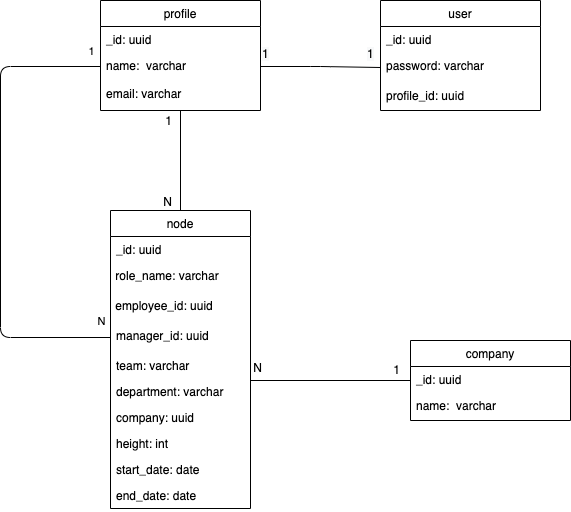
Above: org-chart-ER.png in 1552134/org_chart_diagram (draw.io), before the change. Source tidied: cells renumbered, new cells last; positions are measured from the earlier drawing's top-left corner, leaving out a move shared by most shapes.
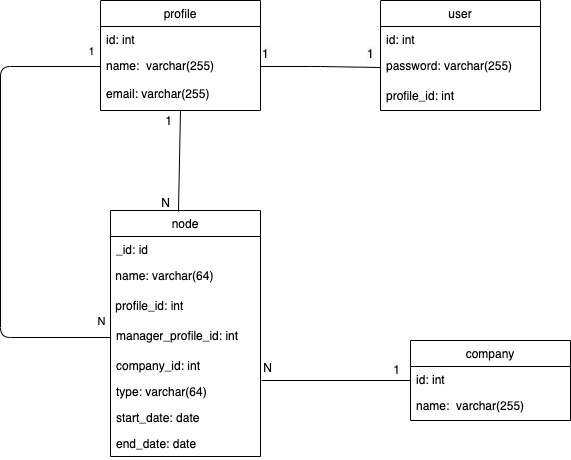
Above is the later version.

Commit message:
org-chart-v4

The edit, as a diff of the source:
```diff
@@ -2,7 +2,7 @@
   <root>
     <mxCell id="0" />
     <mxCell id="1" parent="0" />
-    <mxCell id="2" style="endArrow=none;html=1;rounded=0;entryX=0.5;entryY=0;entryDx=0;entryDy=0;" parent="1" edge="1" target="4">
+    <mxCell id="2" style="endArrow=none;html=1;rounded=0;entryX=0.453;entryY=0.004;entryDx=0;entryDy=0;entryPerimeter=0;" parent="1" edge="1" target="4">
       <mxGeometry relative="1" as="geometry">
         <mxPoint x="180" y="110" as="sourcePoint" />
       </mxGeometry>
@@ -13,37 +13,31 @@
       </mxGeometry>
     </mxCell>
     <mxCell id="4" value="node" style="swimlane;fontStyle=0;horizontal=1;startSize=26;fillColor=none;" parent="1" vertex="1">
-      <mxGeometry x="110" y="210" width="140" height="298" as="geometry" />
+      <mxGeometry x="110" y="210" width="150" height="246" as="geometry" />
     </mxCell>
-    <mxCell id="5" value="_id: uuid" style="text;strokeColor=none;fillColor=none;align=left;verticalAlign=top;spacingLeft=4;spacingRight=4;overflow=hidden;" parent="4" vertex="1">
-      <mxGeometry y="26" width="140" height="26" as="geometry" />
+    <mxCell id="5" value="_id: id" style="text;strokeColor=none;fillColor=none;align=left;verticalAlign=top;spacingLeft=4;spacingRight=4;overflow=hidden;" parent="4" vertex="1">
+      <mxGeometry y="26" width="150" height="26" as="geometry" />
     </mxCell>
-    <mxCell id="6" value="&lt;font face=&quot;helvetica&quot;&gt;&amp;nbsp;role_name: varchar&lt;/font&gt;" style="text;whiteSpace=wrap;html=1;" parent="4" vertex="1">
-      <mxGeometry y="52" width="140" height="30" as="geometry" />
+    <mxCell id="6" value="&lt;font face=&quot;helvetica&quot;&gt;&amp;nbsp;name: varchar(64)&lt;/font&gt;" style="text;whiteSpace=wrap;html=1;" parent="4" vertex="1">
+      <mxGeometry y="52" width="150" height="30" as="geometry" />
     </mxCell>
-    <mxCell id="7" value="&lt;font face=&quot;helvetica&quot;&gt;&amp;nbsp;employee_id: uuid&lt;/font&gt;" style="text;whiteSpace=wrap;html=1;" parent="4" vertex="1">
-      <mxGeometry y="82" width="140" height="30" as="geometry" />
+    <mxCell id="7" value="&lt;font face=&quot;helvetica&quot;&gt;&amp;nbsp;profile_id: int&lt;/font&gt;" style="text;whiteSpace=wrap;html=1;" parent="4" vertex="1">
+      <mxGeometry y="82" width="150" height="30" as="geometry" />
     </mxCell>
-    <mxCell id="8" value="manager_id: uuid" style="text;strokeColor=none;fillColor=none;align=left;verticalAlign=top;spacingLeft=4;spacingRight=4;overflow=hidden;points=[[0,0.5],[1,0.5]];portConstraint=eastwest;" parent="4" vertex="1">
-      <mxGeometry y="112" width="140" height="30" as="geometry" />
+    <mxCell id="8" value="manager_profile_id: int" style="text;strokeColor=none;fillColor=none;align=left;verticalAlign=top;spacingLeft=4;spacingRight=4;overflow=hidden;points=[[0,0.5],[1,0.5]];portConstraint=eastwest;" parent="4" vertex="1">
+      <mxGeometry y="112" width="150" height="30" as="geometry" />
     </mxCell>
-    <mxCell id="9" value="team: varchar" style="text;strokeColor=none;fillColor=none;align=left;verticalAlign=top;spacingLeft=4;spacingRight=4;overflow=hidden;" parent="4" vertex="1">
-      <mxGeometry y="142" width="140" height="26" as="geometry" />
-    </mxCell>
-    <mxCell id="10" value="department: varchar" style="text;strokeColor=none;fillColor=none;align=left;verticalAlign=top;spacingLeft=4;spacingRight=4;overflow=hidden;" parent="4" vertex="1">
-      <mxGeometry y="168" width="140" height="26" as="geometry" />
-    </mxCell>
-    <mxCell id="11" value="company: uuid" style="text;strokeColor=none;fillColor=none;align=left;verticalAlign=top;spacingLeft=4;spacingRight=4;overflow=hidden;" parent="4" vertex="1">
-      <mxGeometry y="194" width="140" height="26" as="geometry" />
+    <mxCell id="11" value="company_id: int" style="text;strokeColor=none;fillColor=none;align=left;verticalAlign=top;spacingLeft=4;spacingRight=4;overflow=hidden;" parent="4" vertex="1">
+      <mxGeometry y="142" width="150" height="26" as="geometry" />
     </mxCell>
-    <mxCell id="12" value="height: int" style="text;strokeColor=none;fillColor=none;align=left;verticalAlign=top;spacingLeft=4;spacingRight=4;overflow=hidden;" parent="4" vertex="1">
-      <mxGeometry y="220" width="140" height="26" as="geometry" />
+    <mxCell id="12" value="type: varchar(64)" style="text;strokeColor=none;fillColor=none;align=left;verticalAlign=top;spacingLeft=4;spacingRight=4;overflow=hidden;" parent="4" vertex="1">
+      <mxGeometry y="168" width="150" height="26" as="geometry" />
     </mxCell>
     <mxCell id="13" value="start_date: date" style="text;strokeColor=none;fillColor=none;align=left;verticalAlign=top;spacingLeft=4;spacingRight=4;overflow=hidden;" parent="4" vertex="1">
-      <mxGeometry y="246" width="140" height="26" as="geometry" />
+      <mxGeometry y="194" width="150" height="26" as="geometry" />
     </mxCell>
     <mxCell id="14" value="end_date: date" style="text;strokeColor=none;fillColor=none;align=left;verticalAlign=top;spacingLeft=4;spacingRight=4;overflow=hidden;" parent="4" vertex="1">
-      <mxGeometry y="272" width="140" height="26" as="geometry" />
+      <mxGeometry y="220" width="150" height="26" as="geometry" />
     </mxCell>
     <mxCell id="15" value="1" style="html=1;align=right;verticalAlign=bottom;" parent="1" vertex="1">
       <mxGeometry x="190" y="270" as="geometry">
@@ -52,7 +46,7 @@
     </mxCell>
     <mxCell id="16" style="endArrow=none;html=1;rounded=0;" parent="1" edge="1">
       <mxGeometry relative="1" as="geometry">
-        <mxPoint x="250" y="380" as="sourcePoint" />
+        <mxPoint x="261" y="380" as="sourcePoint" />
         <mxPoint x="410" y="380" as="targetPoint" />
       </mxGeometry>
     </mxCell>
@@ -64,14 +58,14 @@
     <mxCell id="18" value="company" style="swimlane;fontStyle=0;horizontal=1;startSize=26;fillColor=none;" parent="1" vertex="1">
       <mxGeometry x="410" y="340" width="160" height="80" as="geometry" />
     </mxCell>
-    <mxCell id="19" value="_id: uuid" style="text;strokeColor=none;fillColor=none;align=left;verticalAlign=top;spacingLeft=4;spacingRight=4;overflow=hidden;" parent="18" vertex="1">
+    <mxCell id="19" value="id: int" style="text;strokeColor=none;fillColor=none;align=left;verticalAlign=top;spacingLeft=4;spacingRight=4;overflow=hidden;" parent="18" vertex="1">
       <mxGeometry y="26" width="160" height="26" as="geometry" />
     </mxCell>
-    <mxCell id="20" value="name:  varchar&#10;" style="text;strokeColor=none;fillColor=none;align=left;verticalAlign=top;spacingLeft=4;spacingRight=4;overflow=hidden;" parent="18" vertex="1">
+    <mxCell id="20" value="name:  varchar(255)&#10;" style="text;strokeColor=none;fillColor=none;align=left;verticalAlign=top;spacingLeft=4;spacingRight=4;overflow=hidden;" parent="18" vertex="1">
       <mxGeometry y="52" width="160" height="28" as="geometry" />
     </mxCell>
     <mxCell id="21" value="N" style="html=1;align=right;verticalAlign=bottom;" parent="1" vertex="1">
-      <mxGeometry x="410" y="388" as="geometry">
+      <mxGeometry x="420" y="388" as="geometry">
         <mxPoint x="-148" y="-12" as="offset" />
       </mxGeometry>
     </mxCell>
@@ -91,25 +85,25 @@
     <mxCell id="25" value="profile" style="swimlane;fontStyle=0;horizontal=1;startSize=26;fillColor=none;" parent="1" vertex="1">
       <mxGeometry x="100" width="160" height="110" as="geometry" />
     </mxCell>
-    <mxCell id="26" value="_id: uuid" style="text;strokeColor=none;fillColor=none;align=left;verticalAlign=top;spacingLeft=4;spacingRight=4;overflow=hidden;" parent="25" vertex="1">
+    <mxCell id="26" value="id: int" style="text;strokeColor=none;fillColor=none;align=left;verticalAlign=top;spacingLeft=4;spacingRight=4;overflow=hidden;" parent="25" vertex="1">
       <mxGeometry y="26" width="160" height="26" as="geometry" />
     </mxCell>
-    <mxCell id="27" value="name:  varchar&#10;" style="text;strokeColor=none;fillColor=none;align=left;verticalAlign=top;spacingLeft=4;spacingRight=4;overflow=hidden;points=[[0,0.5],[1,0.5]];portConstraint=eastwest;" parent="25" vertex="1">
+    <mxCell id="27" value="name:  varchar(255)&#10;" style="text;strokeColor=none;fillColor=none;align=left;verticalAlign=top;spacingLeft=4;spacingRight=4;overflow=hidden;points=[[0,0.5],[1,0.5]];portConstraint=eastwest;" parent="25" vertex="1">
       <mxGeometry y="52" width="160" height="28" as="geometry" />
     </mxCell>
-    <mxCell id="28" value="email: varchar" style="text;strokeColor=none;fillColor=none;align=left;verticalAlign=top;spacingLeft=4;spacingRight=4;overflow=hidden;" parent="25" vertex="1">
+    <mxCell id="28" value="email: varchar(255)" style="text;strokeColor=none;fillColor=none;align=left;verticalAlign=top;spacingLeft=4;spacingRight=4;overflow=hidden;" parent="25" vertex="1">
       <mxGeometry y="80" width="160" height="30" as="geometry" />
     </mxCell>
     <mxCell id="29" value="user" style="swimlane;fontStyle=0;horizontal=1;startSize=26;fillColor=none;" parent="1" vertex="1">
       <mxGeometry x="380" width="160" height="110" as="geometry" />
     </mxCell>
-    <mxCell id="30" value="_id: uuid" style="text;strokeColor=none;fillColor=none;align=left;verticalAlign=top;spacingLeft=4;spacingRight=4;overflow=hidden;" parent="29" vertex="1">
+    <mxCell id="30" value="id: int" style="text;strokeColor=none;fillColor=none;align=left;verticalAlign=top;spacingLeft=4;spacingRight=4;overflow=hidden;" parent="29" vertex="1">
       <mxGeometry y="26" width="160" height="26" as="geometry" />
     </mxCell>
-    <mxCell id="31" value="password: varchar" style="text;strokeColor=none;fillColor=none;align=left;verticalAlign=top;spacingLeft=4;spacingRight=4;overflow=hidden;points=[[0,0.5],[1,0.5]];portConstraint=eastwest;" parent="29" vertex="1">
+    <mxCell id="31" value="password: varchar(255)" style="text;strokeColor=none;fillColor=none;align=left;verticalAlign=top;spacingLeft=4;spacingRight=4;overflow=hidden;points=[[0,0.5],[1,0.5]];portConstraint=eastwest;" parent="29" vertex="1">
       <mxGeometry y="52" width="160" height="30" as="geometry" />
     </mxCell>
-    <mxCell id="32" value="profile_id: uuid" style="text;strokeColor=none;fillColor=none;align=left;verticalAlign=top;spacingLeft=4;spacingRight=4;overflow=hidden;" parent="29" vertex="1">
+    <mxCell id="32" value="profile_id: int" style="text;strokeColor=none;fillColor=none;align=left;verticalAlign=top;spacingLeft=4;spacingRight=4;overflow=hidden;" parent="29" vertex="1">
       <mxGeometry y="82" width="160" height="28" as="geometry" />
     </mxCell>
     <mxCell id="33" style="endArrow=none;html=1;entryX=0;entryY=0.5;entryDx=0;entryDy=0;exitX=0;exitY=0.5;exitDx=0;exitDy=0;" parent="1" edge="1" source="27" target="8">
```
